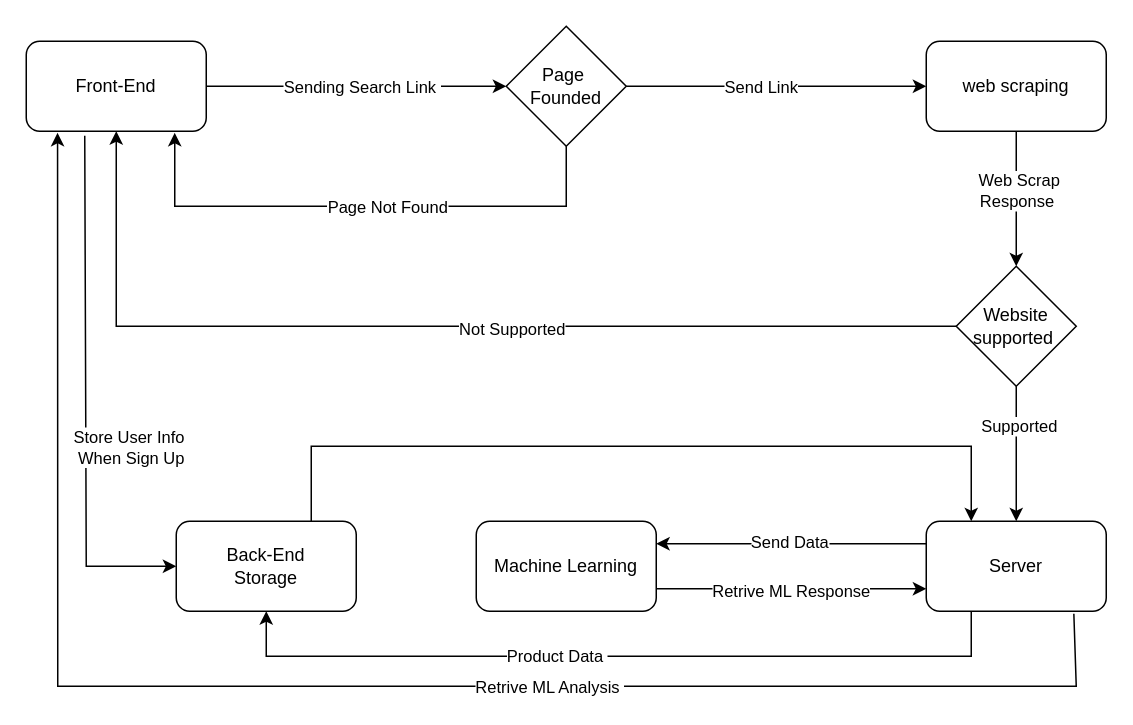
This is Project Architecture.drawio from amrawni33/grad-UML, a draw.io file, before an edit. Source tidied: cells renumbered, new cells numbered last; positions are measured from the earlier drawing's top-left corner, leaving out a move shared by most shapes. Both pictures are drawn from the tidied source at 150%, with x=0, y=0 at pixel (26, 26).
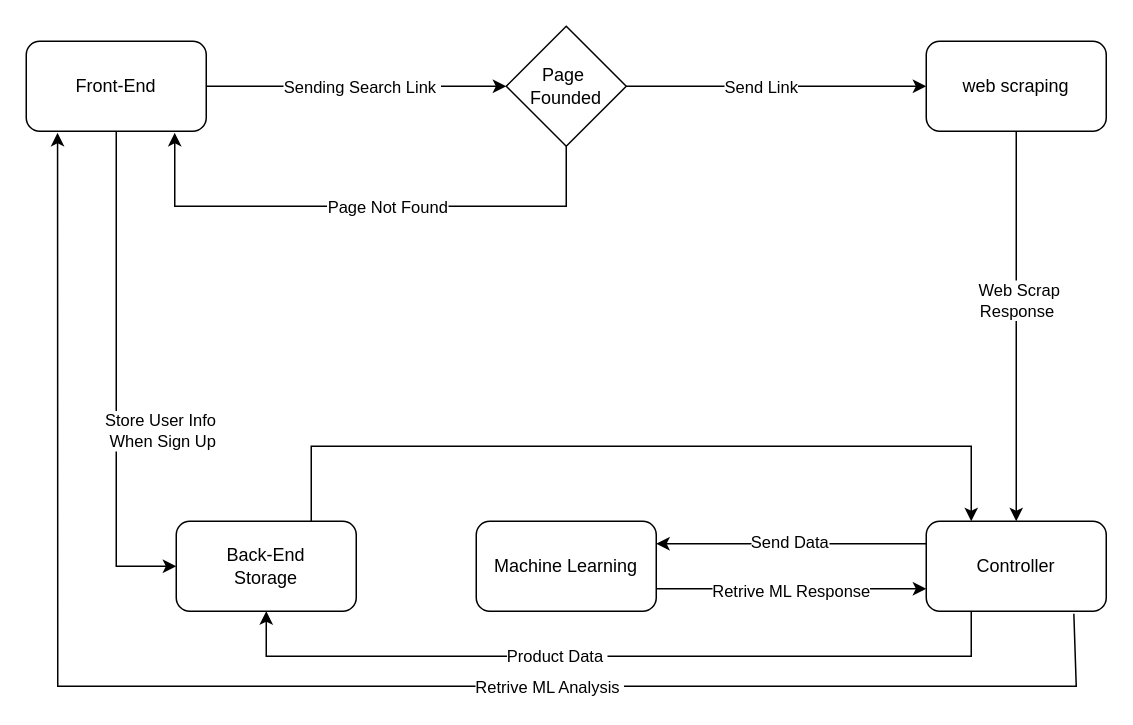
After the change.

The change refers to these unchanged cells:
```xml
<mxCell id="2" value="Front-End" style="rounded=1;whiteSpace=wrap;html=1;" parent="1" vertex="1">
  <mxGeometry y="10" width="120" height="60" as="geometry" />
</mxCell>
<mxCell id="3" value="web scraping" style="rounded=1;whiteSpace=wrap;html=1;" parent="1" vertex="1">
  <mxGeometry x="600" y="10" width="120" height="60" as="geometry" />
</mxCell>
<mxCell id="28" value="Back-End&lt;br&gt;Storage" style="rounded=1;whiteSpace=wrap;html=1;" parent="1" vertex="1">
  <mxGeometry x="100" y="330" width="120" height="60" as="geometry" />
</mxCell>
```

What changed in the source:
```diff
@@
-    <mxCell id="4" value="Server" style="rounded=1;whiteSpace=wrap;html=1;" parent="1" vertex="1">
+    <mxCell id="4" value="Controller" style="rounded=1;whiteSpace=wrap;html=1;" parent="1" vertex="1">
       <mxGeometry x="600" y="330" width="120" height="60" as="geometry" />
     </mxCell>
@@
-    <mxCell id="7" value="Website supported&amp;nbsp;" style="rhombus;whiteSpace=wrap;html=1;" parent="1" vertex="1">
-      <mxGeometry x="620" y="160" width="80" height="80" as="geometry" />
-    </mxCell>
@@
-    <mxCell id="14" style="endArrow=classic;html=1;rounded=0;exitX=0.5;exitY=1;exitDx=0;exitDy=0;entryX=0.5;entryY=0;entryDx=0;entryDy=0;" parent="1" edge="1" source="3" target="7">
+    <mxCell id="14" style="endArrow=classic;html=1;rounded=0;exitX=0.5;exitY=1;exitDx=0;exitDy=0;entryX=0.5;entryY=0;entryDx=0;entryDy=0;" parent="1" edge="1" source="3" target="4">
       <mxGeometry relative="1" as="geometry" />
     </mxCell>
@@
-    <mxCell id="16" style="endArrow=classic;html=1;rounded=0;exitX=0;exitY=0.5;exitDx=0;exitDy=0;entryX=0.5;entryY=1;entryDx=0;entryDy=0;" parent="1" edge="1" source="7" target="2">
-      <mxGeometry relative="1" as="geometry">
-        <Array as="points">
-          <mxPoint x="60" y="200" />
-        </Array>
-      </mxGeometry>
-    </mxCell>
-    <mxCell id="17" value="Not Supported" style="edgeLabel;html=1;align=center;verticalAlign=middle;" parent="16" vertex="1">
-      <mxGeometry x="-0.14" y="1" relative="1" as="geometry" />
-    </mxCell>
-    <mxCell id="18" style="endArrow=classic;html=1;rounded=0;exitX=0.5;exitY=1;exitDx=0;exitDy=0;entryX=0.5;entryY=0;entryDx=0;entryDy=0;" parent="1" edge="1" source="7" target="4">
-      <mxGeometry relative="1" as="geometry" />
-    </mxCell>
-    <mxCell id="19" value="Supported" style="edgeLabel;html=1;align=center;verticalAlign=middle;" parent="18" vertex="1">
-      <mxGeometry x="-0.42" y="1" relative="1" as="geometry" />
-    </mxCell>
@@
-    <mxCell id="26" style="endArrow=classic;html=1;rounded=0;exitX=0.325;exitY=1.049;exitDx=0;exitDy=0;exitPerimeter=0;entryX=0;entryY=0.5;entryDx=0;entryDy=0;" parent="1" edge="1" source="2" target="28">
+    <mxCell id="26" style="endArrow=classic;html=1;rounded=0;exitX=0.5;exitY=1;exitDx=0;exitDy=0;entryX=0;entryY=0.5;entryDx=0;entryDy=0;" parent="1" edge="1" source="2" target="28">
       <mxGeometry relative="1" as="geometry">
         <Array as="points">
-          <mxPoint x="40" y="360" />
+          <mxPoint x="60" y="360" />
         </Array>
       </mxGeometry>
     </mxCell>
```
